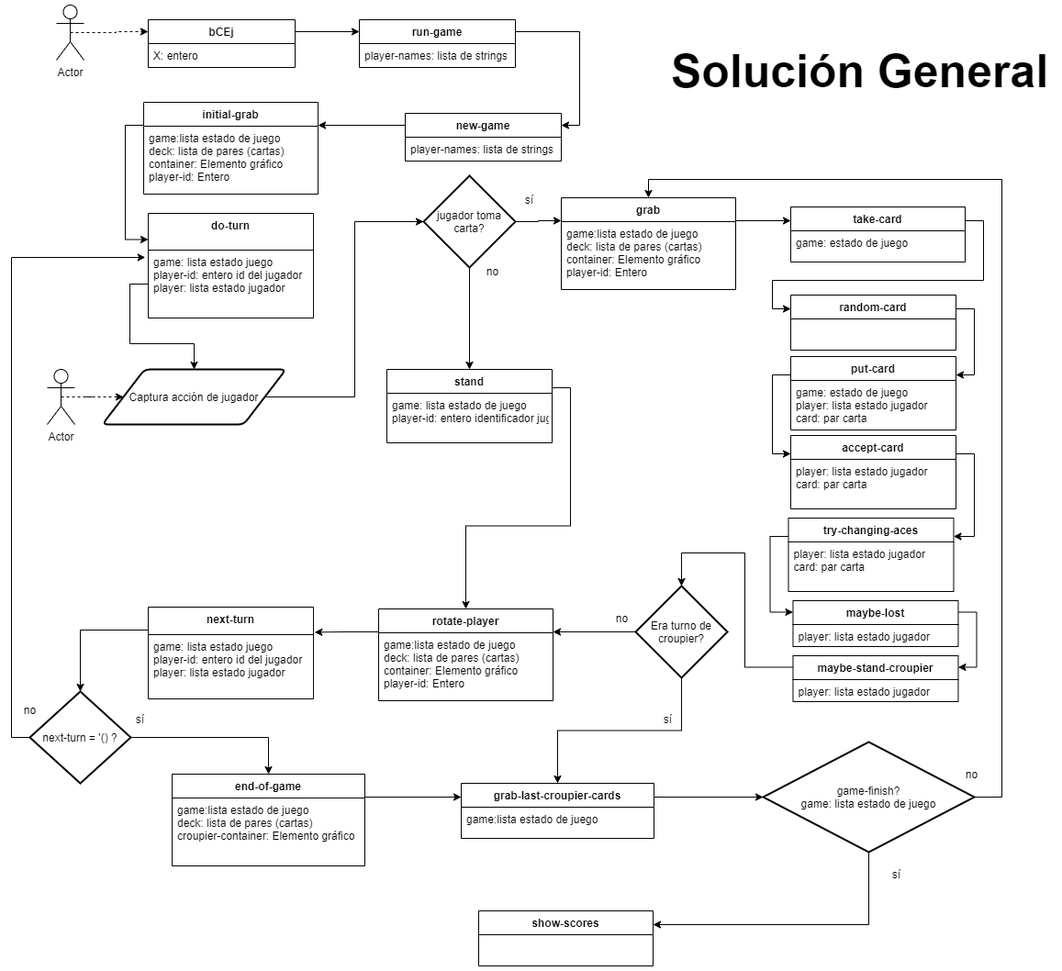
This is doc/Diagrama-BlackjackCE-Page-1.png from itcr3442/CE3104-BlaCEJack, a draw.io export, as it was before one commit. Source tidied: cells renumbered, new cells last; positions are measured from the earlier drawing's top-left corner, leaving out a move shared by most shapes.
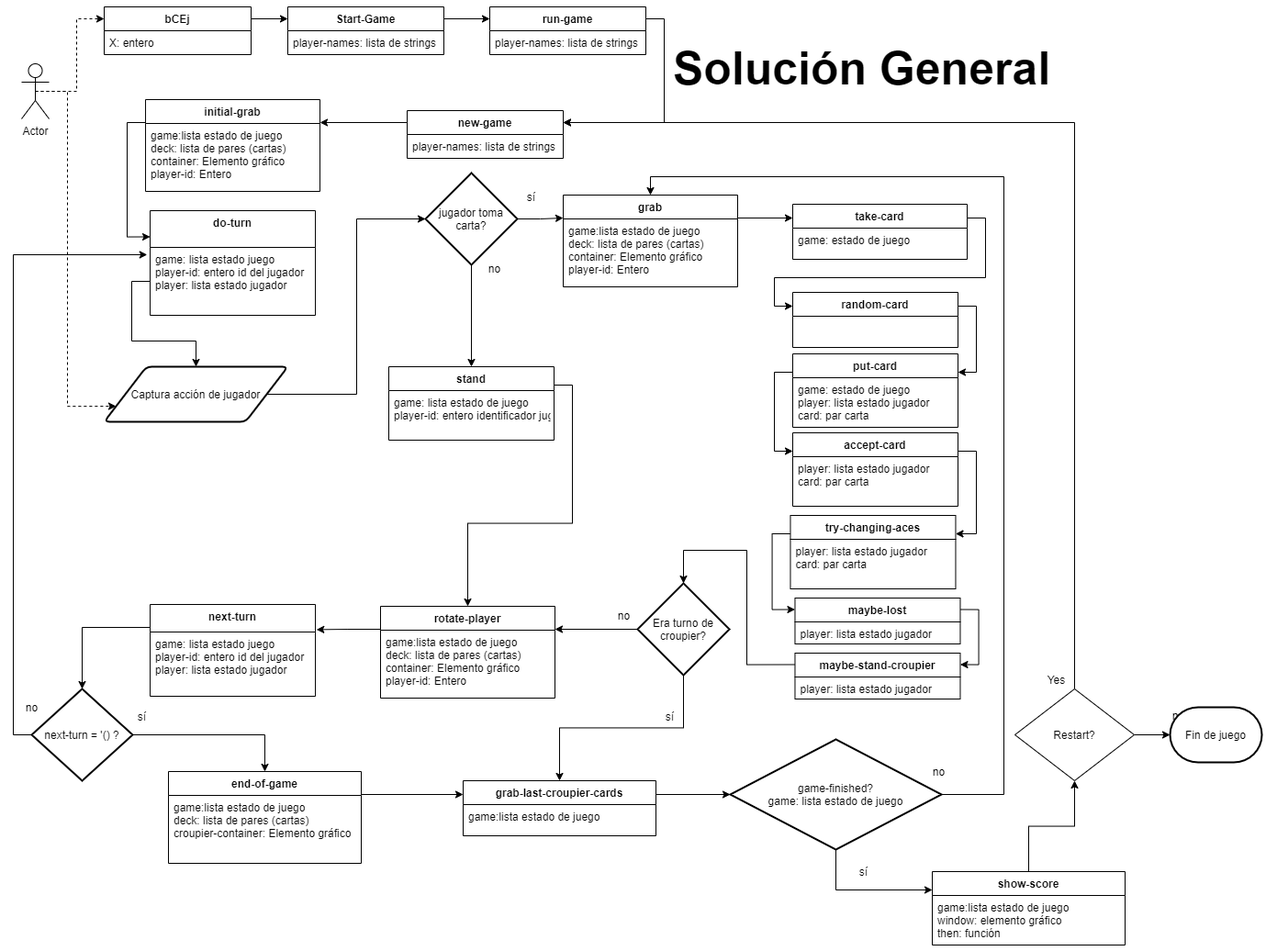
Above is the later version.

Change to the diagram source:
```diff
@@ -5,14 +5,22 @@
     <mxCell id="2" style="edgeStyle=orthogonalEdgeStyle;rounded=0;jettySize=auto;html=1;exitX=0.5;exitY=0.5;exitDx=0;exitDy=0;exitPerimeter=0;entryX=0;entryY=0.25;entryDx=0;entryDy=0;dashed=1;" parent="1" edge="1" source="3" target="5">
       <mxGeometry relative="1" as="geometry" />
     </mxCell>
+    <mxCell id="83" style="edgeStyle=orthogonalEdgeStyle;rounded=0;jettySize=auto;html=1;exitX=0.5;exitY=0.5;exitDx=0;exitDy=0;exitPerimeter=0;entryX=0;entryY=0.75;entryDx=0;entryDy=0;dashed=1;" parent="1" edge="1" source="3" target="25">
+      <mxGeometry relative="1" as="geometry">
+        <Array as="points">
+          <mxPoint x="59" y="97" />
+          <mxPoint x="59" y="440" />
+        </Array>
+      </mxGeometry>
+    </mxCell>
     <mxCell id="3" value="Actor" style="shape=umlActor;verticalLabelPosition=bottom;verticalAlign=top;html=1;" parent="1" vertex="1">
-      <mxGeometry x="49" width="30" height="60" as="geometry" />
+      <mxGeometry x="9" y="67" width="30" height="60" as="geometry" />
     </mxCell>
-    <mxCell id="4" style="edgeStyle=orthogonalEdgeStyle;rounded=0;jettySize=auto;html=1;exitX=1;exitY=0.25;exitDx=0;exitDy=0;entryX=0;entryY=0.25;entryDx=0;entryDy=0;" parent="1" edge="1" source="5" target="8">
-      <mxGeometry relative="1" as="geometry" />
-    </mxCell>
+    <mxCell id="84" style="edgeStyle=orthogonalEdgeStyle;rounded=0;jettySize=auto;html=1;exitX=1;exitY=0.25;exitDx=0;exitDy=0;entryX=0;entryY=0.25;entryDx=0;entryDy=0;" parent="1" edge="1" source="5" target="87">
+      <mxGeometry relative="1" as="geometry" />
+    </mxCell>
     <mxCell id="5" value="bCEj" style="swimlane;fontStyle=1;align=center;verticalAlign=top;horizontal=1;startSize=26;" parent="1" vertex="1">
-      <mxGeometry x="149" y="16" width="160" height="52" as="geometry" />
+      <mxGeometry x="99" y="5" width="160" height="52" as="geometry" />
     </mxCell>
     <mxCell id="6" value="X: entero" style="text;strokeColor=none;fillColor=none;align=left;verticalAlign=top;spacingLeft=4;spacingRight=4;overflow=hidden;" parent="5" vertex="1">
       <mxGeometry y="26" width="160" height="26" as="geometry" />
@@ -21,7 +29,7 @@
       <mxGeometry relative="1" as="geometry" />
     </mxCell>
     <mxCell id="8" value="run-game" style="swimlane;fontStyle=1;align=center;verticalAlign=top;horizontal=1;startSize=26;" parent="1" vertex="1">
-      <mxGeometry x="379" y="16" width="170" height="52" as="geometry" />
+      <mxGeometry x="519" y="5" width="170" height="52" as="geometry" />
     </mxCell>
     <mxCell id="9" value="player-names: lista de strings" style="text;strokeColor=none;fillColor=none;align=left;verticalAlign=top;spacingLeft=4;spacingRight=4;overflow=hidden;" parent="8" vertex="1">
       <mxGeometry y="26" width="170" height="26" as="geometry" />
@@ -113,12 +121,6 @@
     <mxCell id="38" value="random-card" style="swimlane;fontStyle=1;align=center;verticalAlign=top;horizontal=1;startSize=26;" parent="1" vertex="1">
       <mxGeometry x="849" y="316" width="180" height="60" as="geometry" />
     </mxCell>
-    <mxCell id="39" style="edgeStyle=orthogonalEdgeStyle;rounded=0;jettySize=auto;html=1;exitX=0.5;exitY=0.5;exitDx=0;exitDy=0;exitPerimeter=0;entryX=0;entryY=0.5;entryDx=0;entryDy=0;dashed=1;" parent="1" edge="1" source="40" target="25">
-      <mxGeometry relative="1" as="geometry" />
-    </mxCell>
-    <mxCell id="40" value="Actor" style="shape=umlActor;verticalLabelPosition=bottom;verticalAlign=top;html=1;" parent="1" vertex="1">
-      <mxGeometry x="39" y="397" width="30" height="60" as="geometry" />
-    </mxCell>
     <mxCell id="41" style="edgeStyle=orthogonalEdgeStyle;rounded=0;jettySize=auto;html=1;exitX=0;exitY=0.25;exitDx=0;exitDy=0;entryX=1.007;entryY=-0.037;entryDx=0;entryDy=0;entryPerimeter=0;" parent="1" edge="1" source="42" target="20">
       <mxGeometry relative="1" as="geometry" />
     </mxCell>
@@ -178,9 +180,6 @@
     <mxCell id="58" value="game: lista estado de juego&#10;player-id: entero identificador jugador" style="text;strokeColor=none;fillColor=none;align=left;verticalAlign=top;spacingLeft=4;spacingRight=4;overflow=hidden;" parent="57" vertex="1">
       <mxGeometry y="26" width="180" height="54" as="geometry" />
     </mxCell>
-    <mxCell id="59" value="show-scores" style="swimlane;fontStyle=1;align=center;verticalAlign=top;horizontal=1;startSize=26;" parent="1" vertex="1">
-      <mxGeometry x="509" y="987" width="190" height="60" as="geometry" />
-    </mxCell>
     <mxCell id="60" style="edgeStyle=orthogonalEdgeStyle;rounded=0;jettySize=auto;html=1;exitX=1;exitY=0.25;exitDx=0;exitDy=0;entryX=1;entryY=0.25;entryDx=0;entryDy=0;" parent="1" edge="1" source="61" target="64">
       <mxGeometry relative="1" as="geometry" />
     </mxCell>
@@ -209,7 +208,7 @@
       <mxGeometry relative="1" as="geometry" />
     </mxCell>
     <mxCell id="67" value="end-of-game" style="swimlane;fontStyle=1;align=center;verticalAlign=top;horizontal=1;startSize=26;" parent="1" vertex="1">
-      <mxGeometry x="175" y="838" width="210" height="100" as="geometry" />
+      <mxGeometry x="169" y="838" width="210" height="100" as="geometry" />
     </mxCell>
     <mxCell id="68" value="game:lista estado de juego&#10;deck: lista de pares (cartas)&#10;croupier-container: Elemento gráfico" style="text;strokeColor=none;fillColor=none;align=left;verticalAlign=top;spacingLeft=4;spacingRight=4;overflow=hidden;" parent="67" vertex="1">
       <mxGeometry y="26" width="210" height="74" as="geometry" />
@@ -232,17 +231,17 @@
         </Array>
       </mxGeometry>
     </mxCell>
-    <mxCell id="73" style="edgeStyle=orthogonalEdgeStyle;rounded=0;jettySize=auto;html=1;exitX=0.5;exitY=1;exitDx=0;exitDy=0;exitPerimeter=0;entryX=1;entryY=0.25;entryDx=0;entryDy=0;" parent="1" edge="1" source="74" target="59">
-      <mxGeometry relative="1" as="geometry" />
-    </mxCell>
+    <mxCell id="85" style="edgeStyle=orthogonalEdgeStyle;rounded=0;jettySize=auto;html=1;exitX=0.5;exitY=1;exitDx=0;exitDy=0;exitPerimeter=0;entryX=0;entryY=0.25;entryDx=0;entryDy=0;" parent="1" edge="1" source="74" target="93">
+      <mxGeometry relative="1" as="geometry" />
+    </mxCell>
-    <mxCell id="74" value="game-finish?&lt;br&gt;game: lista estado de juego" style="strokeWidth=2;html=1;shape=mxgraph.flowchart.decision;whiteSpace=wrap;" parent="1" vertex="1">
-      <mxGeometry x="819" y="803" width="230" height="120" as="geometry" />
+    <mxCell id="74" value="game-finished?&lt;br&gt;game: lista estado de juego" style="strokeWidth=2;html=1;shape=mxgraph.flowchart.decision;whiteSpace=wrap;" parent="1" vertex="1">
+      <mxGeometry x="781" y="803" width="230" height="120" as="geometry" />
     </mxCell>
     <mxCell id="75" value="no" style="text;html=1;align=center;verticalAlign=middle;" parent="1" vertex="1">
-      <mxGeometry x="1031.5" y="828" width="30" height="20" as="geometry" />
+      <mxGeometry x="993.5" y="828" width="30" height="20" as="geometry" />
     </mxCell>
     <mxCell id="76" value="sí" style="text;html=1;align=center;verticalAlign=middle;" parent="1" vertex="1">
-      <mxGeometry x="949" y="937" width="30" height="20" as="geometry" />
+      <mxGeometry x="911" y="937" width="30" height="20" as="geometry" />
     </mxCell>
     <mxCell id="77" style="edgeStyle=orthogonalEdgeStyle;rounded=0;jettySize=auto;html=1;exitX=0;exitY=0.5;exitDx=0;exitDy=0;exitPerimeter=0;entryX=1;entryY=0.25;entryDx=0;entryDy=0;" parent="1" edge="1" source="79" target="42">
       <mxGeometry relative="1" as="geometry" />
@@ -262,5 +261,41 @@
     <mxCell id="82" value="&lt;font size=&quot;1&quot;&gt;&lt;b style=&quot;font-size: 50px&quot;&gt;Solución General&lt;/b&gt;&lt;/font&gt;" style="text;html=1;align=center;verticalAlign=middle;" parent="1" vertex="1">
       <mxGeometry x="709" y="57" width="430" height="30" as="geometry" />
     </mxCell>
+    <mxCell id="86" style="edgeStyle=orthogonalEdgeStyle;rounded=0;jettySize=auto;html=1;exitX=1;exitY=0.25;exitDx=0;exitDy=0;entryX=0;entryY=0.25;entryDx=0;entryDy=0;" parent="1" edge="1" source="87" target="8">
+      <mxGeometry relative="1" as="geometry" />
+    </mxCell>
+    <mxCell id="87" value="Start-Game" style="swimlane;fontStyle=1;align=center;verticalAlign=top;horizontal=1;startSize=26;" parent="1" vertex="1">
+      <mxGeometry x="299" y="5" width="170" height="52" as="geometry" />
+    </mxCell>
+    <mxCell id="88" value="player-names: lista de strings" style="text;strokeColor=none;fillColor=none;align=left;verticalAlign=top;spacingLeft=4;spacingRight=4;overflow=hidden;" parent="87" vertex="1">
+      <mxGeometry y="26" width="170" height="26" as="geometry" />
+    </mxCell>
+    <mxCell id="89" style="edgeStyle=orthogonalEdgeStyle;rounded=0;jettySize=auto;html=1;exitX=0.5;exitY=0;exitDx=0;exitDy=0;entryX=1;entryY=0.25;entryDx=0;entryDy=0;" parent="1" edge="1" source="91" target="14">
+      <mxGeometry relative="1" as="geometry" />
+    </mxCell>
+    <mxCell id="90" style="edgeStyle=orthogonalEdgeStyle;rounded=0;jettySize=auto;html=1;exitX=1;exitY=0.5;exitDx=0;exitDy=0;entryX=0;entryY=0.5;entryDx=0;entryDy=0;entryPerimeter=0;" parent="1" edge="1" source="91" target="97">
+      <mxGeometry relative="1" as="geometry" />
+    </mxCell>
+    <mxCell id="91" value="Restart?" style="rhombus;whiteSpace=wrap;html=1;" parent="1" vertex="1">
+      <mxGeometry x="1091" y="748" width="130" height="100" as="geometry" />
+    </mxCell>
+    <mxCell id="92" style="edgeStyle=orthogonalEdgeStyle;rounded=0;jettySize=auto;html=1;exitX=0.5;exitY=0;exitDx=0;exitDy=0;entryX=0.5;entryY=1;entryDx=0;entryDy=0;" parent="1" edge="1" source="93" target="91">
+      <mxGeometry relative="1" as="geometry" />
+    </mxCell>
+    <mxCell id="93" value="show-score" style="swimlane;fontStyle=1;align=center;verticalAlign=top;horizontal=1;startSize=26;" parent="1" vertex="1">
+      <mxGeometry x="1001" y="947" width="210" height="80" as="geometry" />
+    </mxCell>
+    <mxCell id="94" value="game:lista estado de juego&#10;window: elemento gráfico&#10;then: función" style="text;strokeColor=none;fillColor=none;align=left;verticalAlign=top;spacingLeft=4;spacingRight=4;overflow=hidden;" parent="93" vertex="1">
+      <mxGeometry y="26" width="210" height="54" as="geometry" />
+    </mxCell>
+    <mxCell id="95" value="Yes" style="text;html=1;align=center;verticalAlign=middle;" parent="1" vertex="1">
+      <mxGeometry x="1121" y="728" width="30" height="20" as="geometry" />
+    </mxCell>
+    <mxCell id="96" value="no" style="text;html=1;align=center;verticalAlign=middle;" parent="1" vertex="1">
+      <mxGeometry x="1254" y="767" width="30" height="20" as="geometry" />
+    </mxCell>
+    <mxCell id="97" value="Fin de juego" style="strokeWidth=2;html=1;shape=mxgraph.flowchart.terminator;whiteSpace=wrap;" parent="1" vertex="1">
+      <mxGeometry x="1260" y="768" width="100" height="60" as="geometry" />
+    </mxCell>
   </root>
 </mxGraphModel>
```
